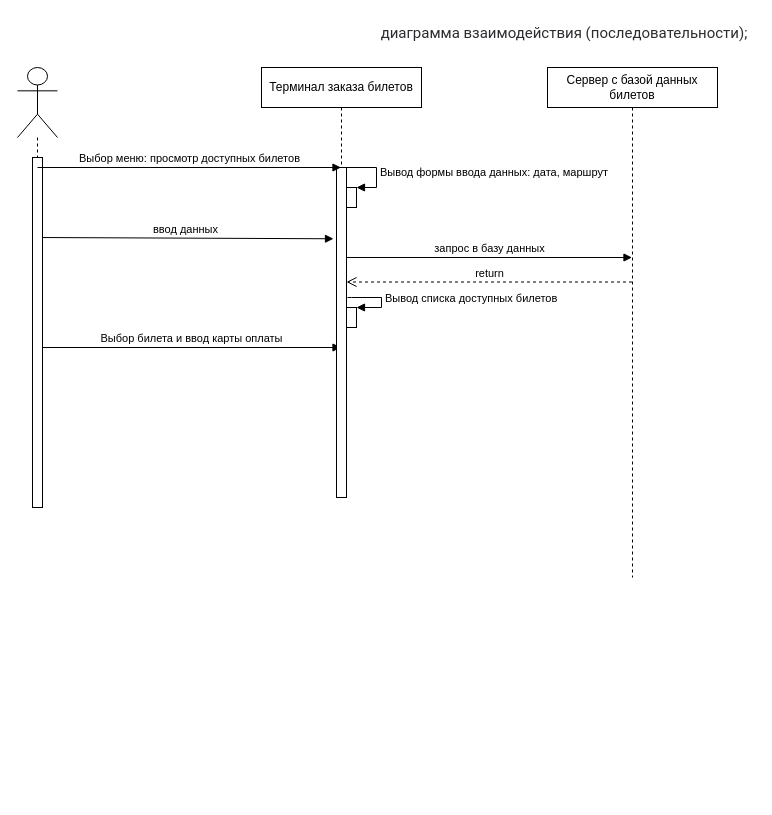
Before: page "Page-1" (1 of 2) of Project01/ticket_model.drawio in k-oleg-s/IntroductionToOOP, a draw.io diagram. Source tidied: cells renumbered, new cells numbered last; positions are measured from the earlier drawing's top-left corner, leaving out a move shared by most shapes. Both pictures are drawn from the tidied source at 100%, with x=0, y=0 at pixel (17, 17).
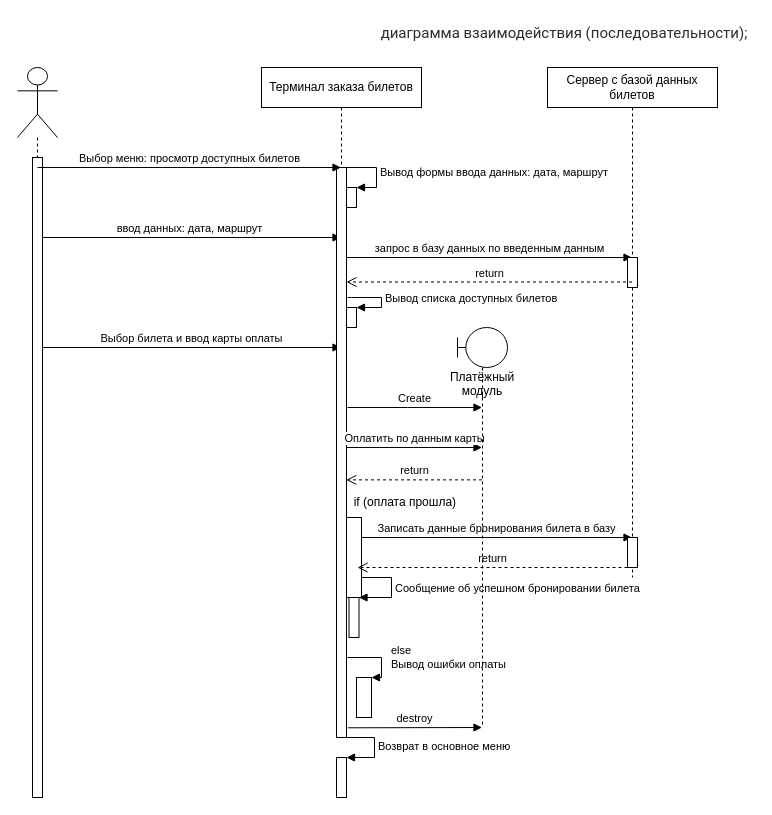
Above is the later version.

Unchanged cells that the change refers to:
```xml
<mxCell id="14" value="Сервер с базой данных билетов" style="shape=umlLifeline;perimeter=lifelinePerimeter;whiteSpace=wrap;html=1;outlineConnect=0;" parent="1" vertex="1">
  <mxGeometry x="530" y="50" width="170" height="510" as="geometry" />
</mxCell>
```

What changed in the source:
```diff
@@
     <mxCell id="3" style="shape=umlLifeline;participant=umlActor;perimeter=lifelinePerimeter;whiteSpace=wrap;html=1;verticalAlign=top;spacingTop=36;size=70;" parent="1" vertex="1">
-      <mxGeometry y="50" width="40" height="440" as="geometry" />
+      <mxGeometry y="50" width="40" height="730" as="geometry" />
     </mxCell>
-    <mxCell id="4" value="ввод данных" style="html=1;verticalAlign=bottom;endArrow=block;rounded=0;entryX=-0.3;entryY=0.216;entryDx=0;entryDy=0;entryPerimeter=0;" parent="3" edge="1" target="10">
+    <mxCell id="4" value="ввод данных: дата, маршрут" style="html=1;verticalAlign=bottom;endArrow=block;rounded=0;" parent="3" edge="1" target="7">
       <mxGeometry relative="1" as="geometry">
         <mxPoint x="20" y="170" as="sourcePoint" />
       </mxGeometry>
     </mxCell>
     <mxCell id="5" style="html=1;perimeter=orthogonalPerimeter;" parent="3" vertex="1">
-      <mxGeometry x="15" y="90" width="10" height="350" as="geometry" />
+      <mxGeometry x="15" y="90" width="10" height="640" as="geometry" />
     </mxCell>
@@
     <mxCell id="7" value="Терминал заказа билетов" style="shape=umlLifeline;perimeter=lifelinePerimeter;whiteSpace=wrap;html=1;outlineConnect=0;" parent="1" vertex="1">
-      <mxGeometry x="244" y="50" width="160" height="430" as="geometry" />
+      <mxGeometry x="244" y="50" width="160" height="670" as="geometry" />
     </mxCell>
@@
     <mxCell id="10" style="html=1;points=[];perimeter=orthogonalPerimeter;" parent="7" vertex="1">
-      <mxGeometry x="75" y="100" width="10" height="330" as="geometry" />
+      <mxGeometry x="75" y="100" width="10" height="570" as="geometry" />
     </mxCell>
-    <mxCell id="11" value="запрос в базу данных" style="html=1;verticalAlign=bottom;endArrow=block;rounded=0;" parent="7" edge="1" target="14">
+    <mxCell id="11" value="запрос в базу данных по введенным данным" style="html=1;verticalAlign=bottom;endArrow=block;rounded=0;" parent="7" edge="1" target="14">
       <mxGeometry relative="1" as="geometry">
         <mxPoint x="85" y="190" as="sourcePoint" />
       </mxGeometry>
     </mxCell>
@@
+    <mxCell id="17" value="Оплатить по данным карты" style="html=1;verticalAlign=bottom;endArrow=block;rounded=0;" parent="7" edge="1" target="27">
+      <mxGeometry relative="1" as="geometry">
+        <mxPoint x="85" y="380" as="sourcePoint" />
+      </mxGeometry>
+    </mxCell>
+    <mxCell id="18" style="html=1;perimeter=orthogonalPerimeter;" parent="7" vertex="1">
+      <mxGeometry x="85" y="450" width="15" height="80" as="geometry" />
+    </mxCell>
+    <mxCell id="19" style="html=1;points=[];perimeter=orthogonalPerimeter;" parent="7" vertex="1">
+      <mxGeometry x="95" y="610" width="15" height="40" as="geometry" />
+    </mxCell>
+    <mxCell id="20" value="else&lt;br&gt;Вывод ошибки оплаты" style="edgeStyle=orthogonalEdgeStyle;html=1;align=left;spacingLeft=2;endArrow=block;rounded=0;entryX=1;entryY=0;" parent="7" edge="1" target="19">
+      <mxGeometry x="0.05" y="6" relative="1" as="geometry">
+        <mxPoint x="86" y="590" as="sourcePoint" />
+        <Array as="points">
+          <mxPoint x="120" y="590" />
+          <mxPoint x="120" y="610" />
+        </Array>
+      </mxGeometry>
+    </mxCell>
+    <mxCell id="21" value="Записать данные бронирования билета в базу" style="html=1;verticalAlign=bottom;endArrow=block;rounded=0;" parent="7" edge="1" target="14">
+      <mxGeometry relative="1" as="geometry">
+        <mxPoint x="100" y="470" as="sourcePoint" />
+      </mxGeometry>
+    </mxCell>
+    <mxCell id="22" value="return" style="html=1;verticalAlign=bottom;endArrow=open;dashed=1;endSize=8;rounded=0;" parent="7" edge="1">
+      <mxGeometry relative="1" as="geometry">
+        <mxPoint x="366" y="500" as="sourcePoint" />
+        <mxPoint x="96" y="500" as="targetPoint" />
+      </mxGeometry>
+    </mxCell>
+    <mxCell id="23" style="html=1;points=[];perimeter=orthogonalPerimeter;" parent="7" vertex="1">
+      <mxGeometry x="87.5" y="530" width="10" height="40" as="geometry" />
+    </mxCell>
+    <mxCell id="24" value="Сообщение об успешном бронировании билета" style="edgeStyle=orthogonalEdgeStyle;html=1;align=left;spacingLeft=2;endArrow=block;rounded=0;entryX=1;entryY=0;" parent="7" edge="1" target="23">
+      <mxGeometry relative="1" as="geometry">
+        <mxPoint x="100" y="510" as="sourcePoint" />
+        <Array as="points">
+          <mxPoint x="130" y="510" />
+        </Array>
+      </mxGeometry>
+    </mxCell>
@@
+    <mxCell id="25" style="html=1;perimeter=orthogonalPerimeter;" parent="14" vertex="1">
+      <mxGeometry x="80" y="190" width="10" height="30" as="geometry" />
+    </mxCell>
+    <mxCell id="26" style="html=1;perimeter=orthogonalPerimeter;" parent="14" vertex="1">
+      <mxGeometry x="80" y="470" width="10" height="30" as="geometry" />
+    </mxCell>
@@
+    <mxCell id="27" value="Платёжный модуль" style="shape=umlLifeline;participant=umlBoundary;perimeter=lifelinePerimeter;whiteSpace=wrap;html=1;verticalAlign=top;spacingTop=36;outlineConnect=0;" parent="1" vertex="1">
+      <mxGeometry x="440" y="310" width="50" height="400" as="geometry" />
+    </mxCell>
+    <mxCell id="28" value="Create" style="html=1;verticalAlign=bottom;endArrow=block;rounded=0;" parent="1" edge="1" target="27">
+      <mxGeometry relative="1" as="geometry">
+        <mxPoint x="330" y="390" as="sourcePoint" />
+        <Array as="points">
+          <mxPoint x="390" y="390" />
+        </Array>
+      </mxGeometry>
+    </mxCell>
+    <mxCell id="29" value="return" style="html=1;verticalAlign=bottom;endArrow=open;dashed=1;endSize=8;rounded=0;entryX=0.98;entryY=0.548;entryDx=0;entryDy=0;entryPerimeter=0;" parent="1" edge="1" source="27" target="10">
+      <mxGeometry relative="1" as="geometry" />
+    </mxCell>
+    <mxCell id="30" value="if (оплата прошла)&amp;nbsp;" style="text;html=1;align=center;verticalAlign=middle;strokeColor=none;fillColor=none;" parent="1" vertex="1">
+      <mxGeometry x="324" y="470" width="130" height="30" as="geometry" />
+    </mxCell>
+    <mxCell id="31" value="destroy" style="html=1;verticalAlign=bottom;endArrow=block;rounded=0;exitX=1.14;exitY=0.983;exitDx=0;exitDy=0;exitPerimeter=0;" parent="1" edge="1" source="10" target="27">
+      <mxGeometry relative="1" as="geometry" />
+    </mxCell>
+    <mxCell id="32" style="html=1;points=[];perimeter=orthogonalPerimeter;" parent="1" vertex="1">
+      <mxGeometry x="319" y="740" width="10" height="40" as="geometry" />
+    </mxCell>
+    <mxCell id="33" value="Возврат в основное меню" style="edgeStyle=orthogonalEdgeStyle;html=1;align=left;spacingLeft=2;endArrow=block;rounded=0;entryX=1;entryY=0;" parent="1" edge="1" target="32">
+      <mxGeometry relative="1" as="geometry">
+        <mxPoint x="327" y="720" as="sourcePoint" />
+        <Array as="points">
+          <mxPoint x="357" y="720" />
+        </Array>
+      </mxGeometry>
+    </mxCell>
```
